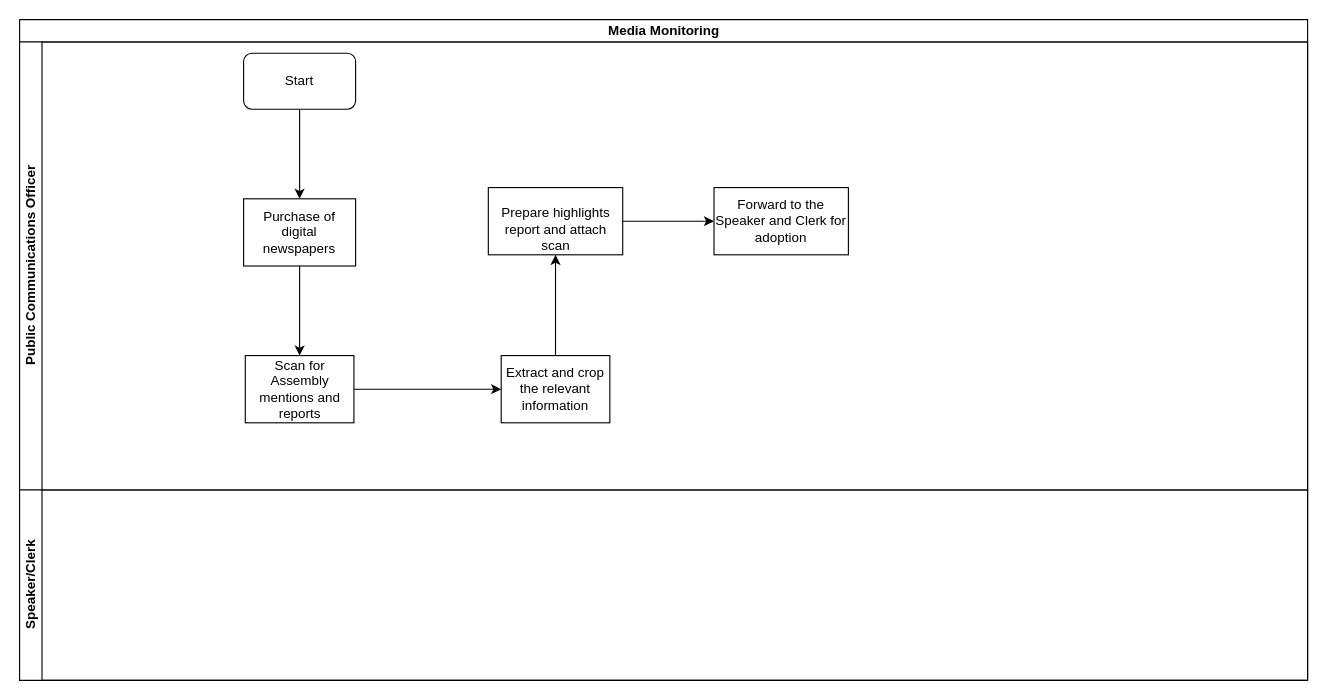
This is Media Monitoring - Machakos CA.drawio from kmagua/flowcharts, a draw.io file, before an edit. Source tidied: cells renumbered, new cells numbered last; positions are measured from the earlier drawing's top-left corner, leaving out a move shared by most shapes. Both pictures are drawn from the tidied source at 112%, with x=0, y=0 at pixel (19, 19).
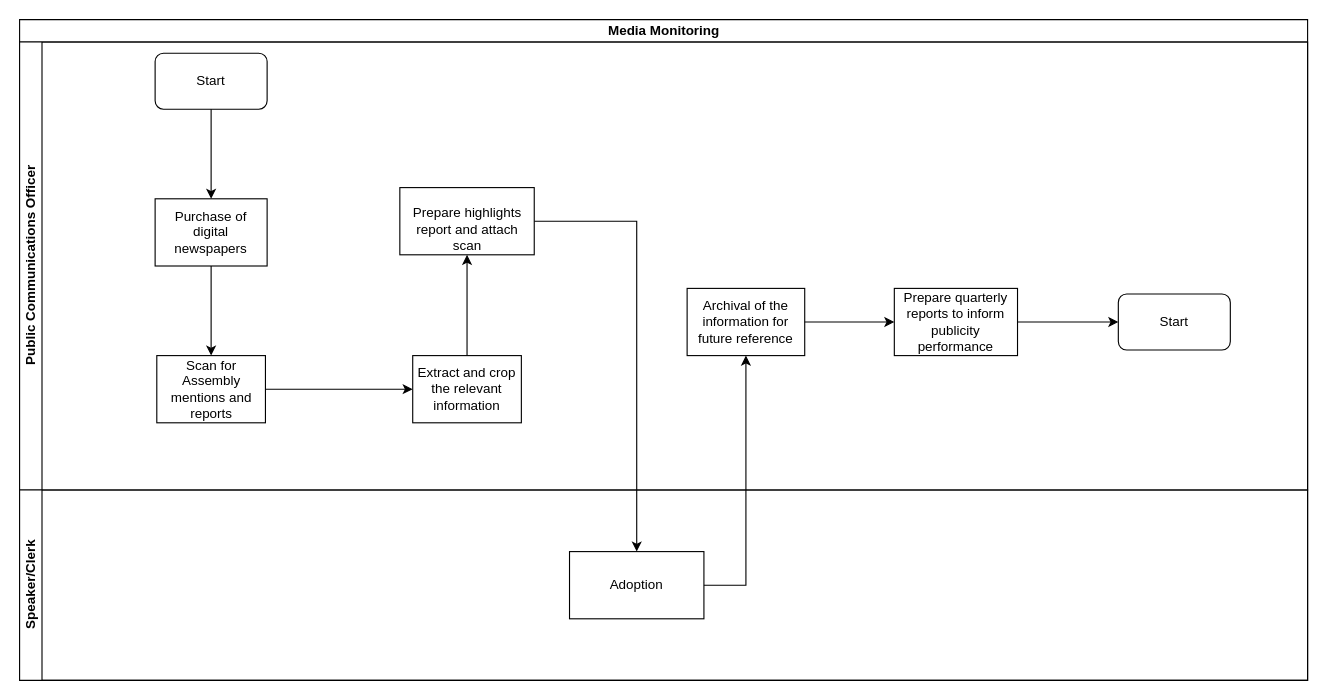
The same diagram, later.

The change refers to these unchanged cells:
```xml
<mxCell id="2" value="Media Monitoring" style="swimlane;html=1;horizontal=1;startSize=20;" parent="1" vertex="1">
  <mxGeometry width="1150" height="590" as="geometry" />
</mxCell>
<mxCell id="3" value="Public Communications Officer" style="swimlane;html=1;startSize=20;horizontal=0;" parent="2" vertex="1">
  <mxGeometry y="20" width="1150" height="400" as="geometry" />
</mxCell>
```

Diff of the diagram source:
```diff
@@
     <mxCell id="4" value="Start" style="rounded=1;whiteSpace=wrap;html=1;" parent="3" vertex="1">
-      <mxGeometry x="200" y="10" width="100" height="50" as="geometry" />
+      <mxGeometry x="121" y="10" width="100" height="50" as="geometry" />
     </mxCell>
-    <mxCell id="5" value="Forward to the Speaker and Clerk for adoption" style="whiteSpace=wrap;html=1;rounded=0;" parent="3" vertex="1">
-      <mxGeometry x="620" y="130" width="120" height="60" as="geometry" />
-    </mxCell>
     <mxCell id="6" value="&lt;br/&gt;Prepare highlights report and attach scan &lt;br/&gt;" style="whiteSpace=wrap;html=1;rounded=0;" parent="3" vertex="1">
-      <mxGeometry x="418.5" y="130" width="120" height="60" as="geometry" />
+      <mxGeometry x="339.5" y="130" width="120" height="60" as="geometry" />
     </mxCell>
     <mxCell id="7" value="Purchase of digital newspapers" style="rounded=0;whiteSpace=wrap;html=1;" parent="3" vertex="1">
-      <mxGeometry x="200" y="140" width="100" height="60" as="geometry" />
+      <mxGeometry x="121" y="140" width="100" height="60" as="geometry" />
     </mxCell>
@@
+    <mxCell id="16" value="Archival of the information for future reference" style="whiteSpace=wrap;html=1;rounded=0;" parent="3" vertex="1">
+      <mxGeometry x="596" y="220" width="105" height="60" as="geometry" />
+    </mxCell>
+    <mxCell id="17" value="Prepare quarterly reports to inform publicity performance" style="whiteSpace=wrap;html=1;rounded=0;" parent="3" vertex="1">
+      <mxGeometry x="781" y="220" width="110" height="60" as="geometry" />
+    </mxCell>
     <mxCell id="11" value="Scan for Assembly mentions and reports" style="whiteSpace=wrap;html=1;rounded=0;" parent="3" vertex="1">
-      <mxGeometry x="201.5" y="280" width="97" height="60" as="geometry" />
+      <mxGeometry x="122.5" y="280" width="97" height="60" as="geometry" />
     </mxCell>
     <mxCell id="12" value="Extract and crop the relevant information" style="whiteSpace=wrap;html=1;rounded=0;" parent="3" vertex="1">
-      <mxGeometry x="430" y="280" width="97" height="60" as="geometry" />
+      <mxGeometry x="351" y="280" width="97" height="60" as="geometry" />
     </mxCell>
@@
+    <mxCell id="18" style="edgeStyle=orthogonalEdgeStyle;rounded=0;jettySize=auto;html=1;" parent="3" edge="1" source="16" target="17">
+      <mxGeometry relative="1" as="geometry" />
+    </mxCell>
+    <mxCell id="15" value="Speaker/Clerk" style="swimlane;html=1;startSize=20;horizontal=0;" parent="2" vertex="1">
+      <mxGeometry y="420" width="1150" height="170" as="geometry" />
+    </mxCell>
+    <mxCell id="5" value="Adoption" style="whiteSpace=wrap;html=1;rounded=0;" parent="15" vertex="1">
+      <mxGeometry x="491" y="55" width="120" height="60" as="geometry" />
+    </mxCell>
-    <mxCell id="14" style="edgeStyle=orthogonalEdgeStyle;rounded=0;jettySize=auto;html=1;" parent="3" edge="1" source="6" target="5">
+    <mxCell id="14" style="edgeStyle=orthogonalEdgeStyle;rounded=0;jettySize=auto;html=1;" parent="2" edge="1" source="6" target="5">
       <mxGeometry relative="1" as="geometry" />
     </mxCell>
-    <mxCell id="15" value="Speaker/Clerk" style="swimlane;html=1;startSize=20;horizontal=0;" parent="2" vertex="1">
-      <mxGeometry y="420" width="1150" height="170" as="geometry" />
-    </mxCell>
+    <mxCell id="19" style="edgeStyle=orthogonalEdgeStyle;rounded=0;jettySize=auto;html=1;exitX=1;exitY=0.5;exitDx=0;exitDy=0;" parent="2" edge="1" source="5" target="16">
+      <mxGeometry relative="1" as="geometry" />
+    </mxCell>
+    <mxCell id="20" style="edgeStyle=orthogonalEdgeStyle;rounded=0;jettySize=auto;html=1;entryX=0;entryY=0.5;entryDx=0;entryDy=0;" parent="1" edge="1" source="17" target="21">
+      <mxGeometry relative="1" as="geometry" />
+    </mxCell>
+    <mxCell id="21" value="Start" style="rounded=1;whiteSpace=wrap;html=1;" parent="1" vertex="1">
+      <mxGeometry x="981" y="245" width="100" height="50" as="geometry" />
+    </mxCell>
```
